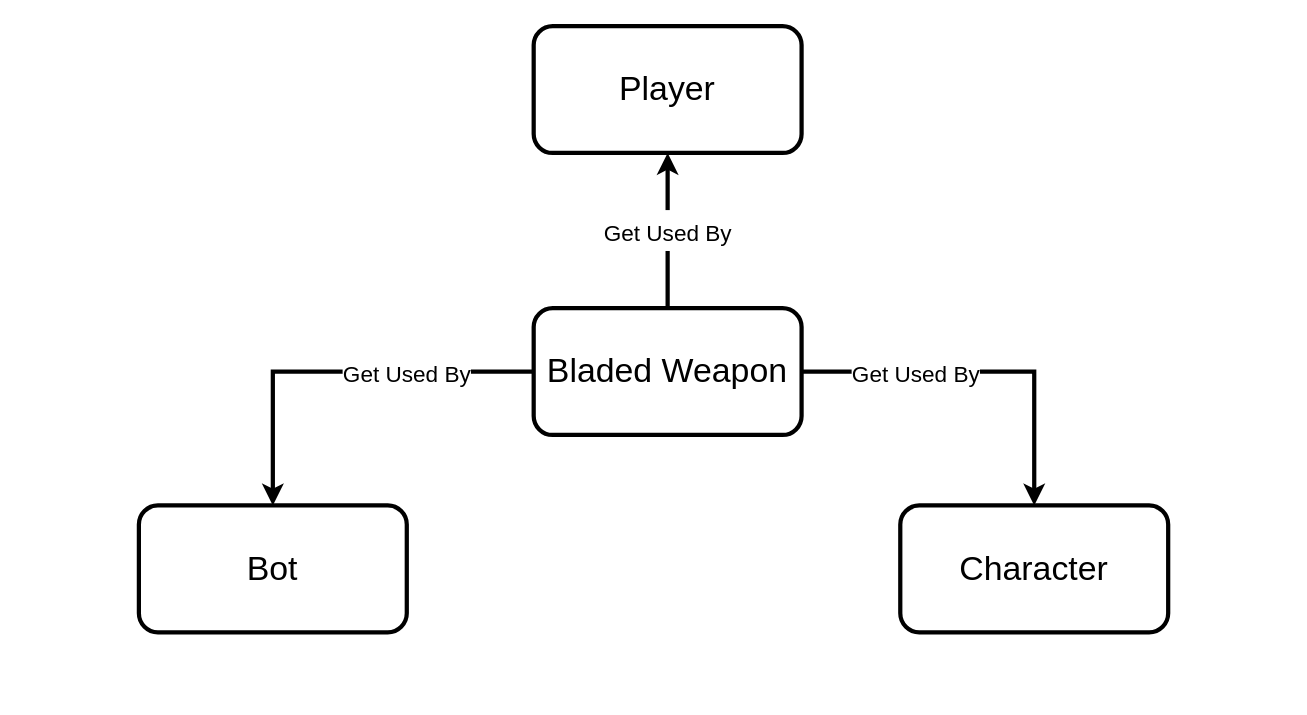
FM-Man/SPL_2 keeps this draw.io diagram as Pictures/crs/crc 13.drawio. Above is the earlier version. Source tidied: cells renumbered, new cells numbered last; positions are measured from the earlier drawing's top-left corner, leaving out a move shared by most shapes. Both pictures are drawn from the tidied source at 141%, with x=0, y=0 at pixel (138, 25).
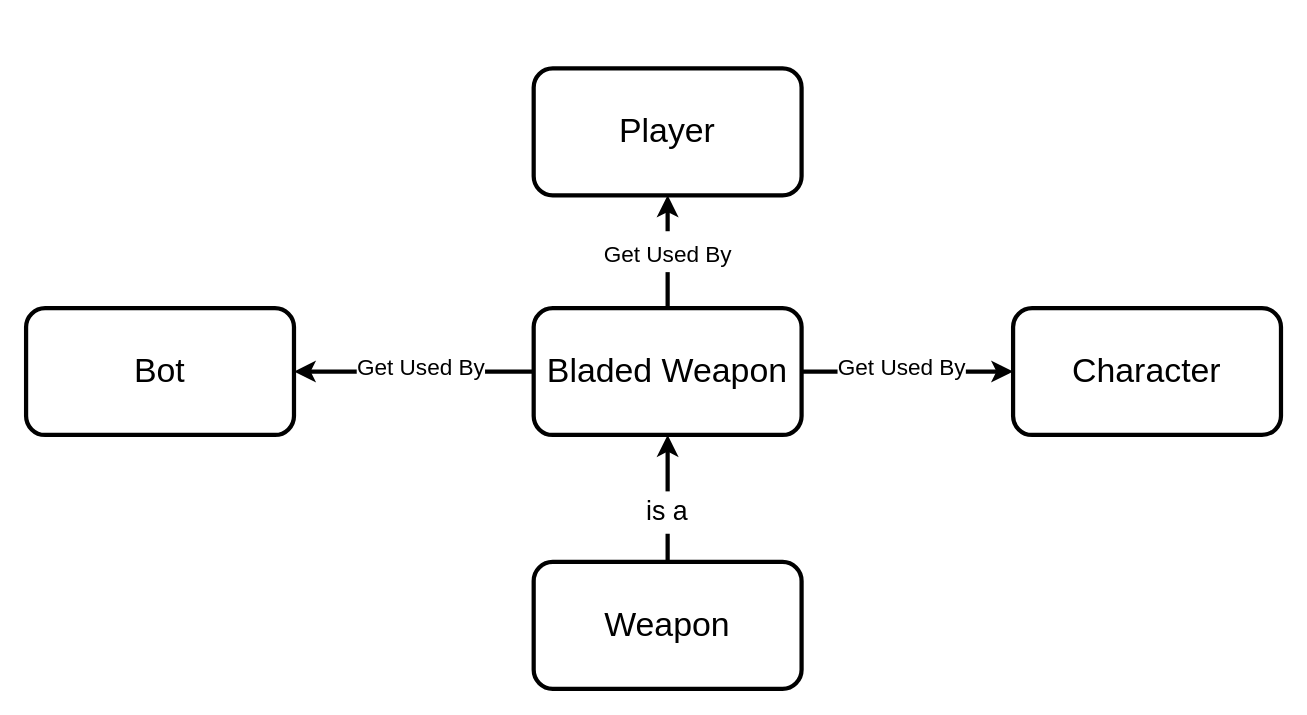
Above is the later version.

What changed in the source:
```diff
@@
 <mxGraphModel>
   <root>
     <mxCell id="0" />
     <mxCell id="1" parent="0" />
     <mxCell id="2" value="&lt;font style=&quot;font-size: 16px&quot;&gt;Get Used By&lt;br&gt;&lt;/font&gt;" style="edgeStyle=orthogonalEdgeStyle;rounded=0;jettySize=auto;html=1;exitX=0.5;exitY=0;exitDx=0;exitDy=0;entryX=0.5;entryY=1;entryDx=0;entryDy=0;fontSize=24;strokeWidth=3;" parent="1" edge="1" source="5" target="6">
       <mxGeometry relative="1" as="geometry">
         <Array as="points">
           <mxPoint x="375" y="150" />
           <mxPoint x="375" y="150" />
         </Array>
       </mxGeometry>
     </mxCell>
-    <mxCell id="3" value="&lt;font style=&quot;font-size: 16px&quot;&gt;Get Used By&lt;/font&gt;" style="edgeStyle=orthogonalEdgeStyle;rounded=0;jettySize=auto;html=1;exitX=0;exitY=0.5;exitDx=0;exitDy=0;entryX=0.5;entryY=0;entryDx=0;entryDy=0;fontSize=24;strokeWidth=3;" parent="1" edge="1" source="5" target="7">
-      <mxGeometry x="-0.36" relative="1" as="geometry" />
+    <mxCell id="3" value="&lt;font style=&quot;font-size: 16px&quot;&gt;Get Used By&lt;/font&gt;" style="edgeStyle=orthogonalEdgeStyle;rounded=0;jettySize=auto;html=1;exitX=0;exitY=0.5;exitDx=0;exitDy=0;entryX=1;entryY=0.5;entryDx=0;entryDy=0;fontSize=24;strokeWidth=3;" parent="1" edge="1" source="5" target="7">
+      <mxGeometry x="-0.06" y="-5" relative="1" as="geometry" />
     </mxCell>
-    <mxCell id="4" value="&lt;font style=&quot;font-size: 16px&quot;&gt;Get Used By&lt;br&gt;&lt;/font&gt;" style="edgeStyle=orthogonalEdgeStyle;rounded=0;jettySize=auto;html=1;exitX=1;exitY=0.5;exitDx=0;exitDy=0;entryX=0.5;entryY=0;entryDx=0;entryDy=0;fontSize=24;strokeWidth=3;" parent="1" edge="1" source="5" target="8">
-      <mxGeometry x="-0.38" relative="1" as="geometry" />
+    <mxCell id="4" value="&lt;font style=&quot;font-size: 16px&quot;&gt;Get Used By&lt;br&gt;&lt;/font&gt;" style="edgeStyle=orthogonalEdgeStyle;rounded=0;jettySize=auto;html=1;exitX=1;exitY=0.5;exitDx=0;exitDy=0;entryX=0;entryY=0.5;entryDx=0;entryDy=0;fontSize=24;strokeWidth=3;" parent="1" edge="1" source="5" target="8">
+      <mxGeometry x="-0.05" y="5" relative="1" as="geometry" />
     </mxCell>
     <mxCell id="5" value="&lt;font style=&quot;font-size: 24px&quot;&gt;Bladed Weapon&lt;/font&gt;" style="rounded=1;whiteSpace=wrap;html=1;strokeWidth=3;" parent="1" vertex="1">
       <mxGeometry x="280" y="200" width="190" height="90" as="geometry" />
     </mxCell>
     <mxCell id="6" value="&lt;font style=&quot;font-size: 24px&quot;&gt;Player&lt;/font&gt;" style="rounded=1;whiteSpace=wrap;html=1;strokeWidth=3;" parent="1" vertex="1">
-      <mxGeometry x="280" width="190" height="90" as="geometry" />
+      <mxGeometry x="280" y="30" width="190" height="90" as="geometry" />
     </mxCell>
     <mxCell id="7" value="&lt;font style=&quot;font-size: 24px&quot;&gt;Bot&lt;br&gt;&lt;/font&gt;" style="rounded=1;whiteSpace=wrap;html=1;strokeWidth=3;" parent="1" vertex="1">
-      <mxGeometry y="340" width="190" height="90" as="geometry" />
+      <mxGeometry x="-80" y="200" width="190" height="90" as="geometry" />
     </mxCell>
     <mxCell id="8" value="&lt;font style=&quot;font-size: 24px&quot;&gt;Character&lt;/font&gt;" style="rounded=1;whiteSpace=wrap;html=1;strokeWidth=3;" parent="1" vertex="1">
-      <mxGeometry x="540" y="340" width="190" height="90" as="geometry" />
+      <mxGeometry x="620" y="200" width="190" height="90" as="geometry" />
     </mxCell>
+    <mxCell id="9" style="edgeStyle=orthogonalEdgeStyle;rounded=0;jettySize=auto;html=1;entryX=0.5;entryY=1;entryDx=0;entryDy=0;fontSize=19;strokeWidth=3;startArrow=none;" parent="1" edge="1" source="11" target="5">
+      <mxGeometry relative="1" as="geometry" />
+    </mxCell>
+    <mxCell id="10" value="&lt;font style=&quot;font-size: 24px&quot;&gt;Weapon&lt;/font&gt;" style="rounded=1;whiteSpace=wrap;html=1;strokeWidth=3;" parent="1" vertex="1">
+      <mxGeometry x="280" y="380" width="190" height="90" as="geometry" />
+    </mxCell>
+    <mxCell id="11" value="is a" style="text;html=1;strokeColor=none;fillColor=none;align=center;verticalAlign=middle;whiteSpace=wrap;rounded=0;labelBackgroundColor=default;fontSize=19;" parent="1" vertex="1">
+      <mxGeometry x="345" y="330" width="60" height="30" as="geometry" />
+    </mxCell>
+    <mxCell id="12" style="edgeStyle=orthogonalEdgeStyle;rounded=0;jettySize=auto;html=1;entryX=0.5;entryY=1;entryDx=0;entryDy=0;fontSize=19;strokeWidth=3;endArrow=none;" parent="1" edge="1" source="10" target="11">
+      <mxGeometry relative="1" as="geometry" />
+    </mxCell>
   </root>
 </mxGraphModel>
```
